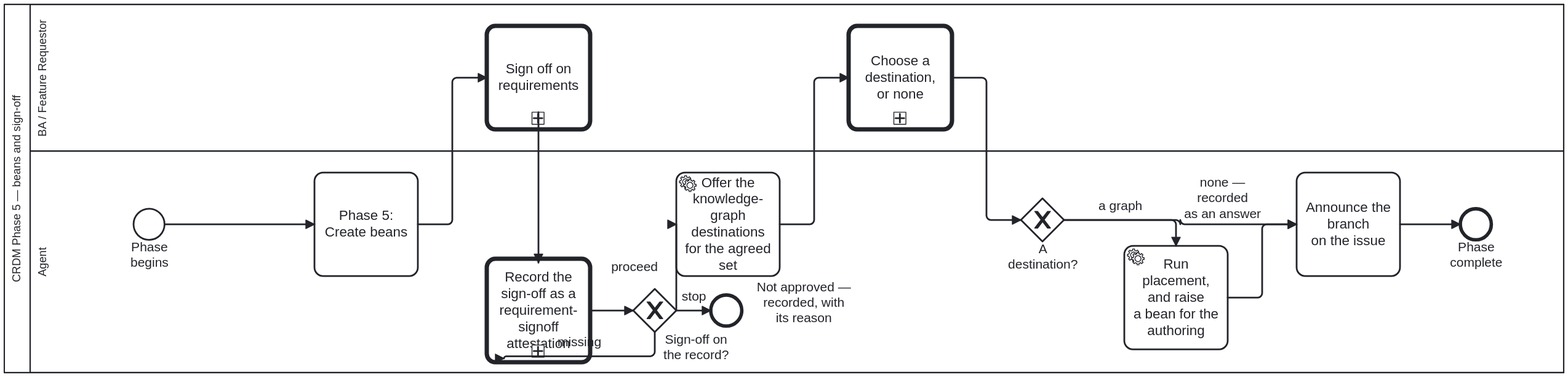
Earlier version of the BPMN export docs/assets/img/workflows/crdm-signoff.svg (litlfred/cat-harness). Its source is kept beside it as processes/process/crdm-signoff.bpmn. Ids are renumbered.
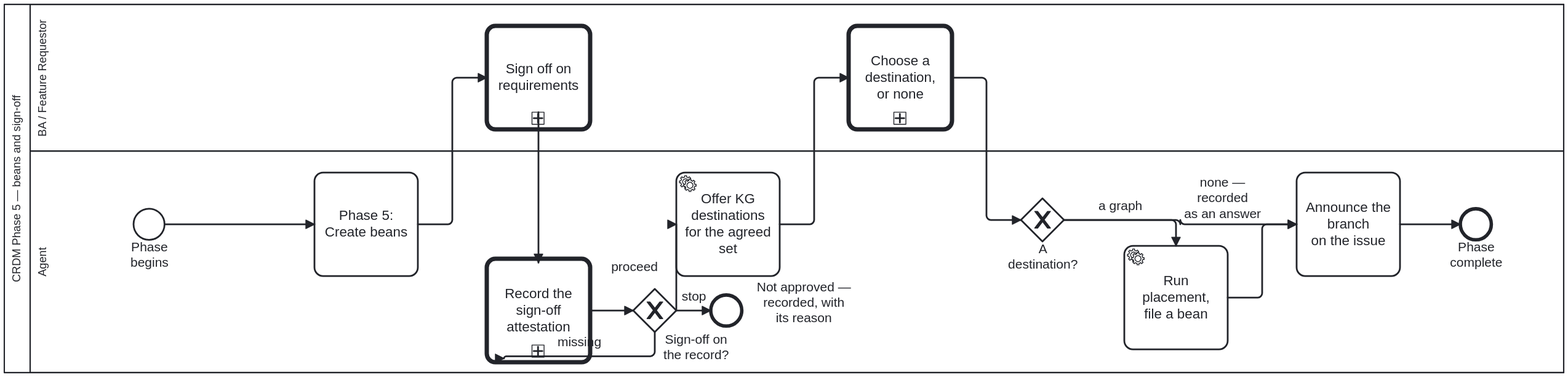
After the change.

The edit, as a diff of the source:
```diff
@@ -56,7 +56,7 @@
         <cat-harness.processes:fulfilment kinds="person" reason="A sign-off on a requirements document is the requester's decision about their own requirements (issue #2405 FR-011): `approved` and `accepted` need a HUMAN sign-off, which `check:requirements` refuses without, so an agent may not take this step on their behalf. An agent records the decision in A_RecordSignoff; it does not make it."/>
       </bpmn:extensionElements>
     </bpmn:callActivity>
-    <bpmn:callActivity id="A_RecordSignoff" name="Record the sign-off as a&#10;requirement-signoff attestation" calledElement="GT_RecordSignoff">
+    <bpmn:callActivity id="A_RecordSignoff" name="Record the sign-off attestation" calledElement="GT_RecordSignoff">
     </bpmn:callActivity>
     <bpmn:exclusiveGateway id="GW_SignoffRecorded" name="Sign-off on the record?">
       <bpmn:documentation>Computed, never chosen: `decisions/requirement-signoff-recorded.dmn` reads `signoffRecorded` and `signoffOutcome`, which `check:requirements` prints from the set's recorded sign-offs (its signoff-facts flag). `missing` loops back to the record; `proceed` is an approval (as written or amended); `stop` is a recorded reject, defer or cancel.</bpmn:documentation>
@@ -90,7 +90,7 @@
     <bpmn:endEvent id="End_Process_CRDM_Signoff" name="Phase complete"/>
     <bpmn:sequenceFlow id="SF_Process_CRDM_Signoff_1" sourceRef="Start_Process_CRDM_Signoff" targetRef="A_CreateBeans"/>
     <bpmn:sequenceFlow id="SF_Process_CRDM_Signoff_2" sourceRef="A_CreateBeans" targetRef="BA_Signoff"/>
-    <bpmn:serviceTask id="A_OfferKg" name="Offer the knowledge-graph&#10;destinations for the agreed set">
+    <bpmn:serviceTask id="A_OfferKg" name="Offer KG destinations for the agreed set">
       <bpmn:documentation>THE STEP THAT WAS MISSING. Requirements were elicited, agreed and signed off, and then existed as an issue and a conversation — so the output of the process that exists to produce durable requirements was the one thing the knowledge graph never learned.
 
 ONE question for the SET, not one per requirement: a six-phase run can agree many, and asking six times is the same failure as a form that re-asks what it was already told.
@@ -122,7 +122,7 @@
       <bpmn:outgoing>SF_Kg_3</bpmn:outgoing>
       <bpmn:outgoing>SF_Kg_None</bpmn:outgoing>
     </bpmn:exclusiveGateway>
-    <bpmn:serviceTask id="A_RecordKg" name="Run placement, and raise&#10;a bean for the authoring">
+    <bpmn:serviceTask id="A_RecordKg" name="Run placement, file a bean">
       <bpmn:documentation>The offer produces a DECISION, not a node. `placement` then decides instance, graph and node kind — it is the step that catches a hardcoded path or a literal naming one folio — and the authoring itself becomes a bean, because work here is a bean before it is a file.
 
 `op="note"` and not `create`, for the reason `A_CreateBeans` above states: the engine has no `create` op — it claims, notes and resolves the instance's OWN bean. The agent mints the authoring bean itself with `beans create`, running the exact-title existence check first, and what this step records is a note that the decision was taken.</bpmn:documentation>
```
